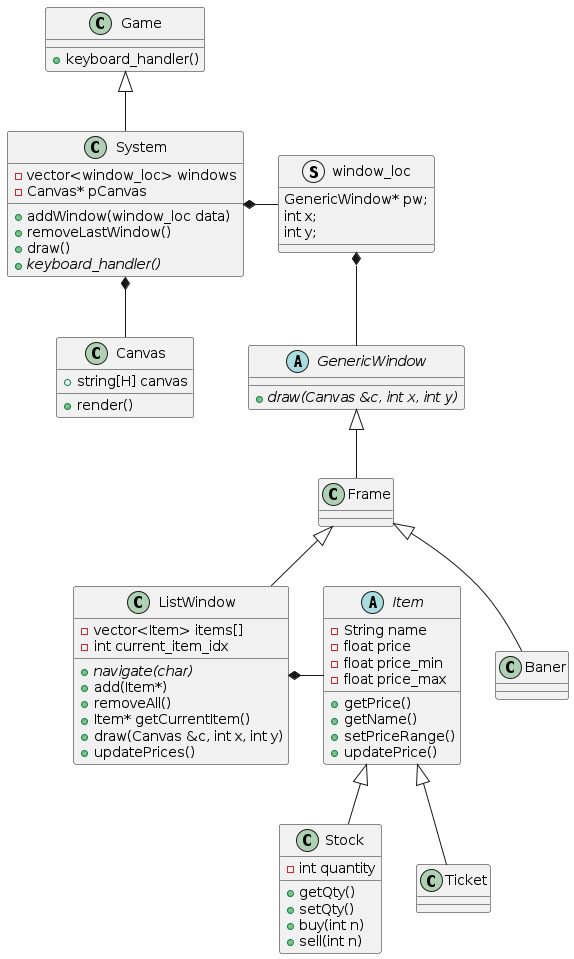
Before: out/doc/high_level/high_level.png, a diagram exported from PlantUML (plpabla/dealg).
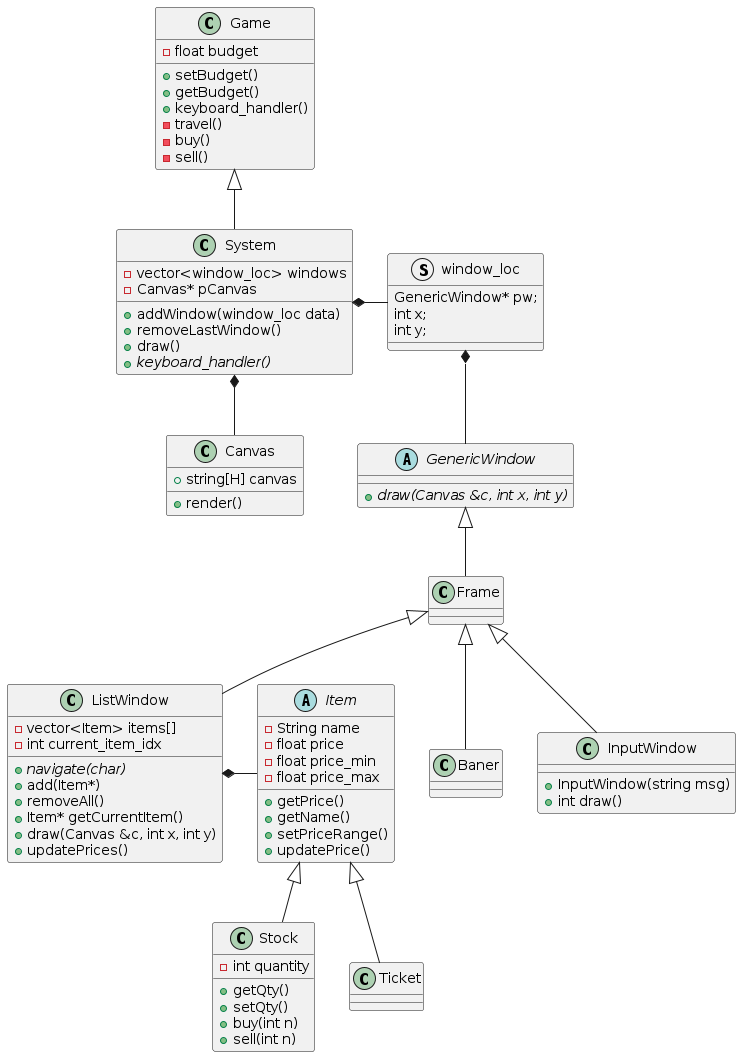
The same file after the commit.

Commit message:
Add InputWindow in class diagram

What changed in the source:
```diff
@@ -1,7 +1,14 @@
 @startuml
 class Game
 {
+    - float budget
+
+    + setBudget()
+    + getBudget()
     + keyboard_handler()
+    - travel()
+    - buy()
+    - sell()
 }
 
 Game <|-- System
@@ -42,6 +49,11 @@
 
 
 class Baner
+class InputWindow
+{
+    + InputWindow(string msg)
+    + int draw()
+}
 class Frame
 class ListWindow
 {
@@ -55,6 +67,7 @@
     + updatePrices()
 }
 Frame <|-- ListWindow
+Frame <|-- InputWindow
 Frame <|-- Baner
 GenericWindow <|-- Frame
 
```
